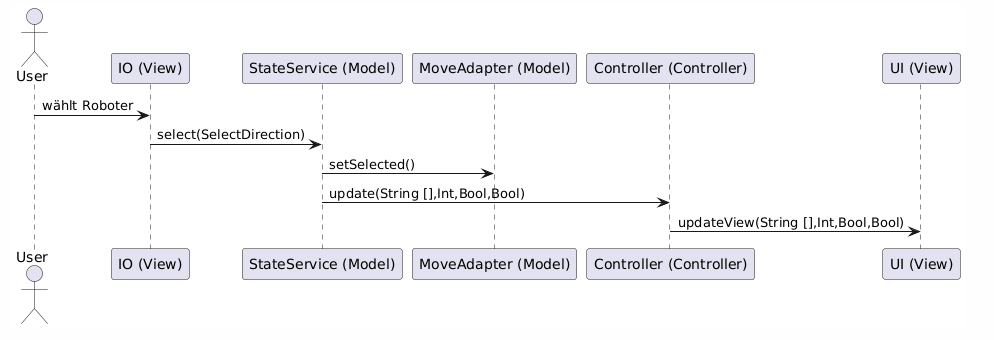
The PlantUML diagram Docs/Application/diagrams/selectBefehl250625.png in DavidDao1997/VS_Praktikum-2025-SoSe, before a commit. Its source is kept beside it as Docs/Application/diagrams/selectBefehl250625.plantuml.
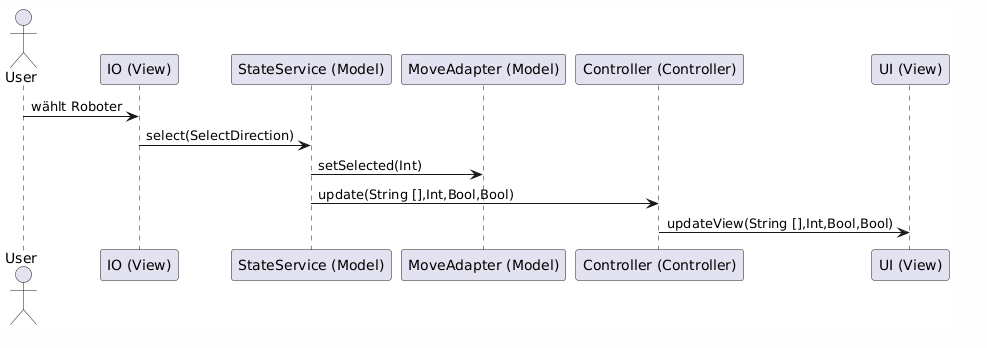
After the change.

Change to the diagram source:
```diff
@@ -10,7 +10,7 @@
 
 User -> IO: wählt Roboter
 IO -> StS: select(SelectDirection)
-StS -> MA: setSelected()
+StS -> MA: setSelected(Int)
 StS -> Ctrl: update(String [],Int,Bool,Bool)
 Ctrl -> UI: updateView(String [],Int,Bool,Bool)
 @enduml
```
